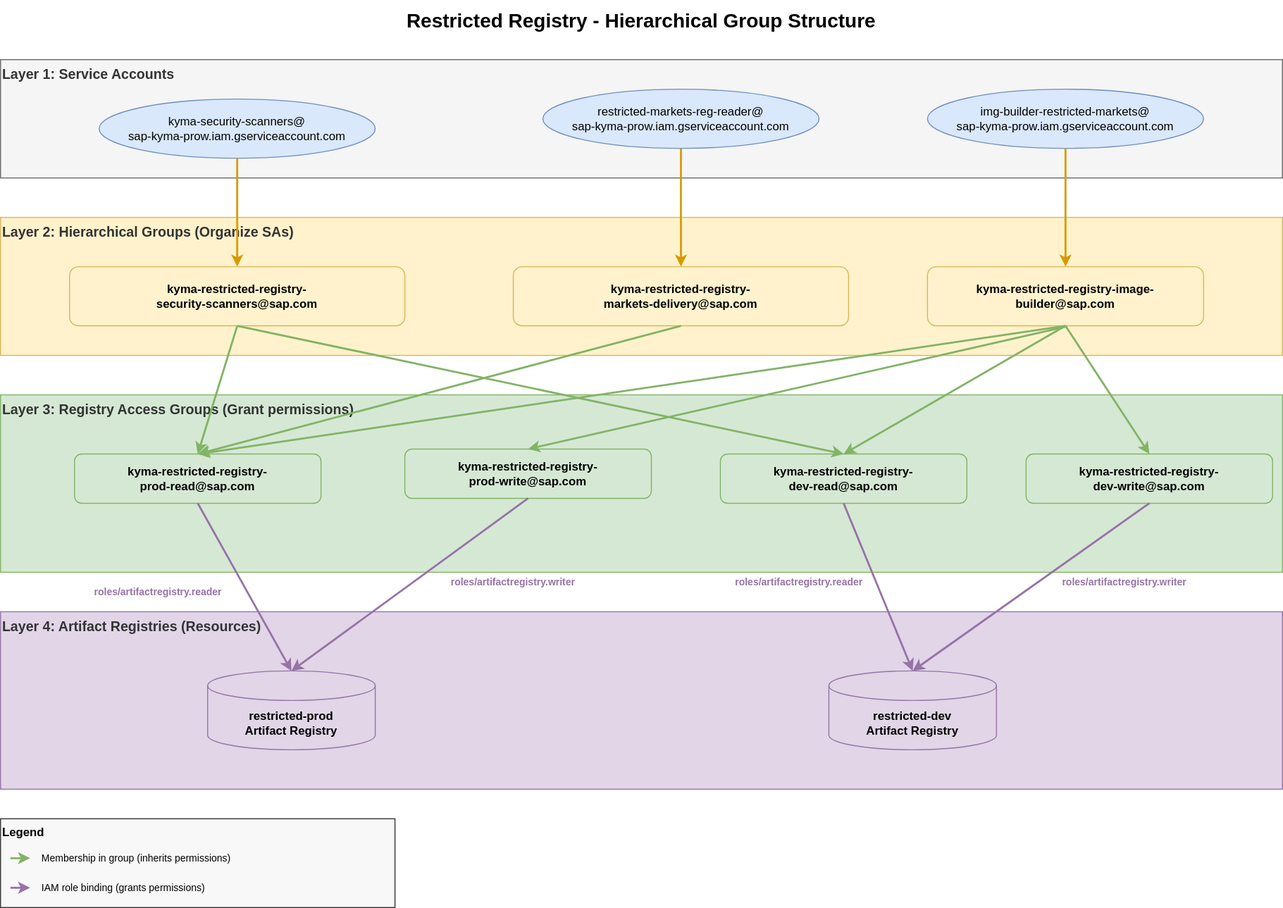
This is configs/terraform/environments/prod/restricted_groups.drawio.svg from kyma-project/test-infra, a draw.io export, as it was before one commit. Source tidied: cells renumbered, new cells last; positions are measured from the earlier drawing's top-left corner, leaving out a move shared by most shapes.
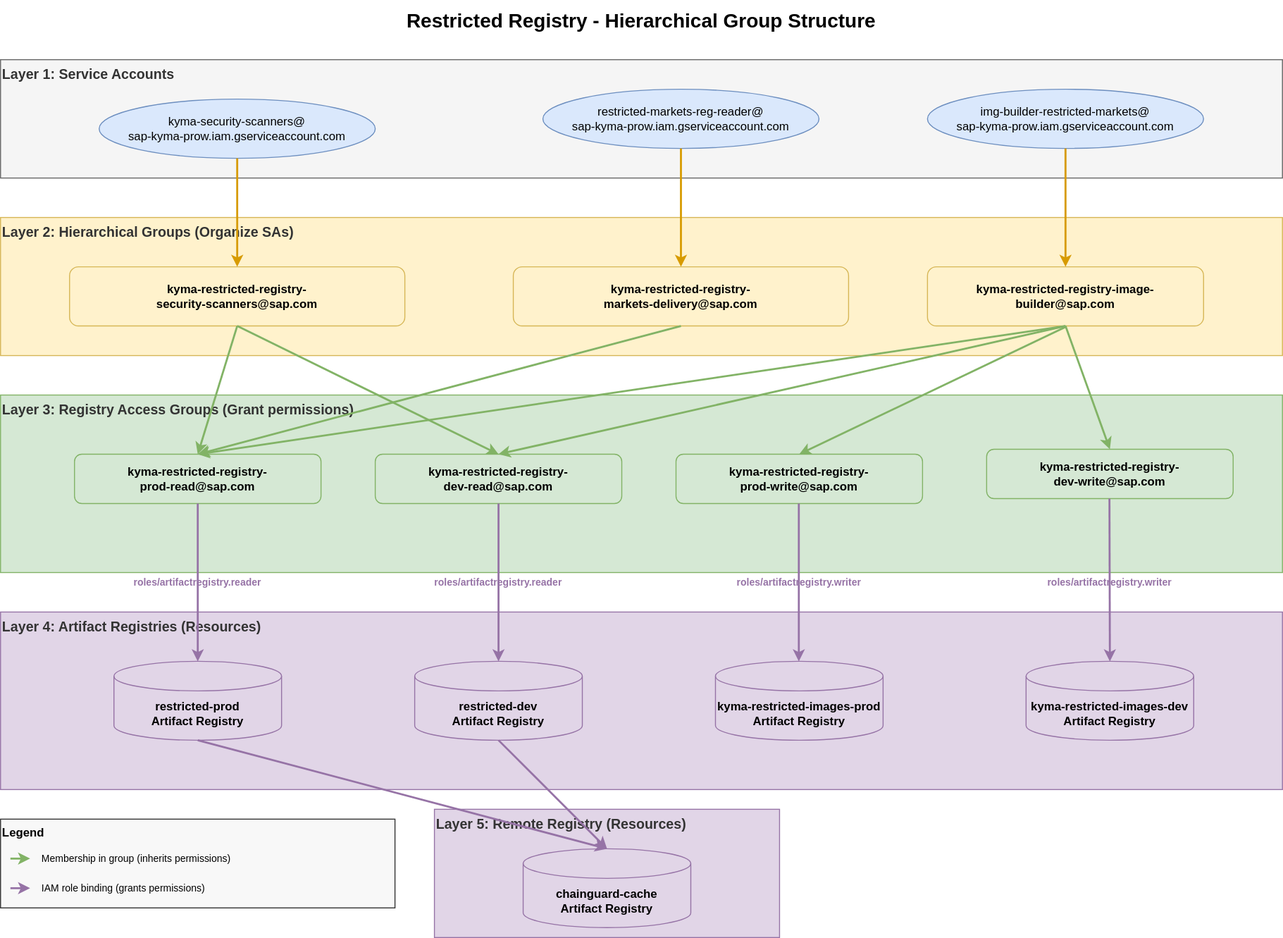
The same file after the commit.

Commit message:
fix: Transfer writer role to Standard repositories

What changed in the source:
```diff
@@ -33,7 +33,7 @@
       <mxGeometry x="75" y="460" width="250" height="50" as="geometry" />
     </mxCell>
     <mxCell id="12" value="kyma-restricted-registry-&#10;dev-read@sap.com" style="rounded=1;whiteSpace=wrap;html=1;fillColor=#d5e8d4;strokeColor=#82b366;fontSize=12;fontStyle=1;" parent="1" vertex="1">
-      <mxGeometry x="730" y="460" width="250" height="50" as="geometry" />
+      <mxGeometry x="380" y="460" width="250" height="50" as="geometry" />
     </mxCell>
     <mxCell id="13" style="endArrow=classic;html=1;strokeWidth=2;strokeColor=#82b366;exitX=0.5;exitY=1;exitDx=0;exitDy=0;entryX=0.5;entryY=0;entryDx=0;entryDy=0;" parent="1" edge="1" source="7" target="11">
       <mxGeometry relative="1" as="geometry" />
@@ -50,10 +50,10 @@
       <mxGeometry y="620" width="1300" height="180" as="geometry" />
     </mxCell>
     <mxCell id="17" value="restricted-prod&#10;Artifact Registry" style="shape=cylinder3;whiteSpace=wrap;html=1;boundedLbl=1;backgroundOutline=1;size=15;fillColor=#e1d5e7;strokeColor=#9673a6;fontSize=12;fontStyle=1;" parent="1" vertex="1">
-      <mxGeometry x="210" y="680" width="170" height="80" as="geometry" />
+      <mxGeometry x="115" y="670" width="170" height="80" as="geometry" />
     </mxCell>
     <mxCell id="18" value="restricted-dev&#10;Artifact Registry" style="shape=cylinder3;whiteSpace=wrap;html=1;boundedLbl=1;backgroundOutline=1;size=15;fillColor=#e1d5e7;strokeColor=#9673a6;fontSize=12;fontStyle=1;" parent="1" vertex="1">
-      <mxGeometry x="840" y="680" width="170" height="80" as="geometry" />
+      <mxGeometry x="420" y="670" width="170" height="80" as="geometry" />
     </mxCell>
     <mxCell id="19" style="endArrow=classic;html=1;strokeWidth=2;strokeColor=#9673a6;exitX=0.5;exitY=1;exitDx=0;exitDy=0;entryX=0.5;entryY=0;entryDx=0;entryDy=0;entryPerimeter=0;" parent="1" edge="1" source="11" target="17">
       <mxGeometry relative="1" as="geometry" />
@@ -62,10 +62,10 @@
       <mxGeometry relative="1" as="geometry" />
     </mxCell>
     <mxCell id="21" value="roles/artifactregistry.reader" style="text;html=1;align=center;verticalAlign=middle;whiteSpace=wrap;rounded=0;fontSize=10;fontColor=#9673a6;fontStyle=1;" parent="1" vertex="1">
-      <mxGeometry x="80" y="590" width="160" height="20" as="geometry" />
+      <mxGeometry x="120" y="580" width="160" height="20" as="geometry" />
     </mxCell>
     <mxCell id="22" value="roles/artifactregistry.reader" style="text;html=1;align=center;verticalAlign=middle;whiteSpace=wrap;rounded=0;fontSize=10;fontColor=#9673a6;fontStyle=1;" parent="1" vertex="1">
-      <mxGeometry x="730" y="580" width="160" height="20" as="geometry" />
+      <mxGeometry x="425" y="580" width="160" height="20" as="geometry" />
     </mxCell>
     <mxCell id="23" value="Legend" style="rounded=0;whiteSpace=wrap;html=1;fillColor=#f8f8f8;strokeColor=#333333;align=left;verticalAlign=top;fontSize=12;fontStyle=1;" parent="1" vertex="1">
       <mxGeometry y="830" width="400" height="90" as="geometry" />
@@ -109,7 +109,7 @@
       </mxGeometry>
     </mxCell>
     <mxCell id="34" value="kyma-restricted-registry-&lt;br&gt;prod-write@sap.com" style="rounded=1;whiteSpace=wrap;html=1;fillColor=#d5e8d4;strokeColor=#82b366;fontSize=12;fontStyle=1;" parent="1" vertex="1">
-      <mxGeometry x="410" y="455" width="250" height="50" as="geometry" />
+      <mxGeometry x="685" y="460" width="250" height="50" as="geometry" />
     </mxCell>
     <mxCell id="35" style="endArrow=classic;html=1;strokeWidth=2;strokeColor=#82b366;entryX=0.5;entryY=0;entryDx=0;entryDy=0;" parent="1" edge="1" target="34">
       <mxGeometry relative="1" as="geometry">
@@ -117,22 +117,45 @@
       </mxGeometry>
     </mxCell>
     <mxCell id="36" value="kyma-restricted-registry-&lt;br&gt;dev-write@sap.com" style="rounded=1;whiteSpace=wrap;html=1;fillColor=#d5e8d4;strokeColor=#82b366;fontSize=12;fontStyle=1;" parent="1" vertex="1">
-      <mxGeometry x="1040" y="460" width="250" height="50" as="geometry" />
+      <mxGeometry x="1000" y="455" width="250" height="50" as="geometry" />
     </mxCell>
     <mxCell id="37" style="endArrow=classic;html=1;strokeWidth=2;strokeColor=#82b366;exitX=0.5;exitY=1;exitDx=0;exitDy=0;entryX=0.5;entryY=0;entryDx=0;entryDy=0;" parent="1" edge="1" source="30" target="36">
       <mxGeometry relative="1" as="geometry" />
     </mxCell>
-    <mxCell id="38" style="endArrow=classic;html=1;strokeWidth=2;strokeColor=#9673a6;exitX=0.5;exitY=1;exitDx=0;exitDy=0;entryX=0.5;entryY=0;entryDx=0;entryDy=0;entryPerimeter=0;" parent="1" edge="1" source="34" target="17">
-      <mxGeometry relative="1" as="geometry" />
-    </mxCell>
     <mxCell id="39" value="roles/artifactregistry.writer" style="text;html=1;align=center;verticalAlign=middle;whiteSpace=wrap;rounded=0;fontSize=10;fontColor=#9673a6;fontStyle=1;" parent="1" vertex="1">
-      <mxGeometry x="440" y="580" width="160" height="20" as="geometry" />
+      <mxGeometry x="730" y="580" width="160" height="20" as="geometry" />
     </mxCell>
-    <mxCell id="40" style="endArrow=classic;html=1;strokeWidth=2;strokeColor=#9673a6;exitX=0.5;exitY=1;exitDx=0;exitDy=0;entryX=0.5;entryY=0;entryDx=0;entryDy=0;entryPerimeter=0;" parent="1" edge="1" source="36" target="18">
-      <mxGeometry relative="1" as="geometry" />
-    </mxCell>
     <mxCell id="41" value="roles/artifactregistry.writer" style="text;html=1;align=center;verticalAlign=middle;whiteSpace=wrap;rounded=0;fontSize=10;fontColor=#9673a6;fontStyle=1;" parent="1" vertex="1">
-      <mxGeometry x="1060" y="580" width="160" height="20" as="geometry" />
+      <mxGeometry x="1045" y="580" width="160" height="20" as="geometry" />
     </mxCell>
+    <mxCell id="42" value="kyma-restricted-images-prod&lt;br&gt;Artifact Registry" style="shape=cylinder3;whiteSpace=wrap;html=1;boundedLbl=1;backgroundOutline=1;size=15;fillColor=#e1d5e7;strokeColor=#9673a6;fontSize=12;fontStyle=1;" parent="1" vertex="1">
+      <mxGeometry x="725" y="670" width="170" height="80" as="geometry" />
+    </mxCell>
+    <mxCell id="43" value="&lt;span style=&quot;color: rgb(0, 0, 0);&quot;&gt;kyma-restricted-images-dev&lt;/span&gt;&lt;br style=&quot;color: rgb(63, 63, 63); scrollbar-color: rgb(226, 226, 226) rgb(251, 251, 251);&quot;&gt;&lt;span style=&quot;color: rgb(0, 0, 0);&quot;&gt;Artifact Registry&lt;/span&gt;" style="shape=cylinder3;whiteSpace=wrap;html=1;boundedLbl=1;backgroundOutline=1;size=15;fillColor=#e1d5e7;strokeColor=#9673a6;fontSize=12;fontStyle=1;" parent="1" vertex="1">
+      <mxGeometry x="1040" y="670" width="170" height="80" as="geometry" />
+    </mxCell>
+    <mxCell id="44" value="Layer 5: Remote Registry (Resources)" style="rounded=0;whiteSpace=wrap;html=1;fillColor=#e1d5e7;strokeColor=#9673a6;fontColor=#333333;align=left;verticalAlign=top;fontSize=14;fontStyle=1;" parent="1" vertex="1">
+      <mxGeometry x="440" y="820" width="350" height="130" as="geometry" />
+    </mxCell>
+    <mxCell id="45" value="chainguard-cache&lt;br&gt;Artifact Registry" style="shape=cylinder3;whiteSpace=wrap;html=1;boundedLbl=1;backgroundOutline=1;size=15;fillColor=#e1d5e7;strokeColor=#9673a6;fontSize=12;fontStyle=1;" parent="1" vertex="1">
+      <mxGeometry x="530" y="860" width="170" height="80" as="geometry" />
+    </mxCell>
+    <mxCell id="46" style="endArrow=classic;html=1;strokeWidth=2;strokeColor=#9673a6;exitX=0.5;exitY=1;exitDx=0;exitDy=0;entryX=0.5;entryY=0;entryDx=0;entryDy=0;entryPerimeter=0;exitPerimeter=0;" parent="1" edge="1" source="18" target="45">
+      <mxGeometry relative="1" as="geometry" />
+    </mxCell>
+    <mxCell id="47" style="endArrow=classic;html=1;strokeWidth=2;strokeColor=#9673a6;exitX=0.5;exitY=1;exitDx=0;exitDy=0;entryX=0.5;entryY=0;entryDx=0;entryDy=0;entryPerimeter=0;exitPerimeter=0;" parent="1" edge="1" source="17" target="45">
+      <mxGeometry relative="1" as="geometry" />
+    </mxCell>
+    <mxCell id="48" style="endArrow=classic;html=1;strokeWidth=2;strokeColor=#9673a6;exitX=0.5;exitY=1;exitDx=0;exitDy=0;entryX=0.5;entryY=0;entryDx=0;entryDy=0;entryPerimeter=0;" parent="1" edge="1">
+      <mxGeometry relative="1" as="geometry">
+        <mxPoint x="809.5" y="510" as="sourcePoint" />
+        <mxPoint x="809.5" y="670" as="targetPoint" />
+      </mxGeometry>
+    </mxCell>
+    <mxCell id="49" style="endArrow=classic;html=1;strokeWidth=2;strokeColor=#9673a6;exitX=0.5;exitY=1;exitDx=0;exitDy=0;entryX=0.5;entryY=0;entryDx=0;entryDy=0;entryPerimeter=0;" parent="1" edge="1" target="43">
+      <mxGeometry relative="1" as="geometry">
+        <mxPoint x="1124.5" y="505" as="sourcePoint" />
+      </mxGeometry>
+    </mxCell>
   </root>
 </mxGraphModel>
```
